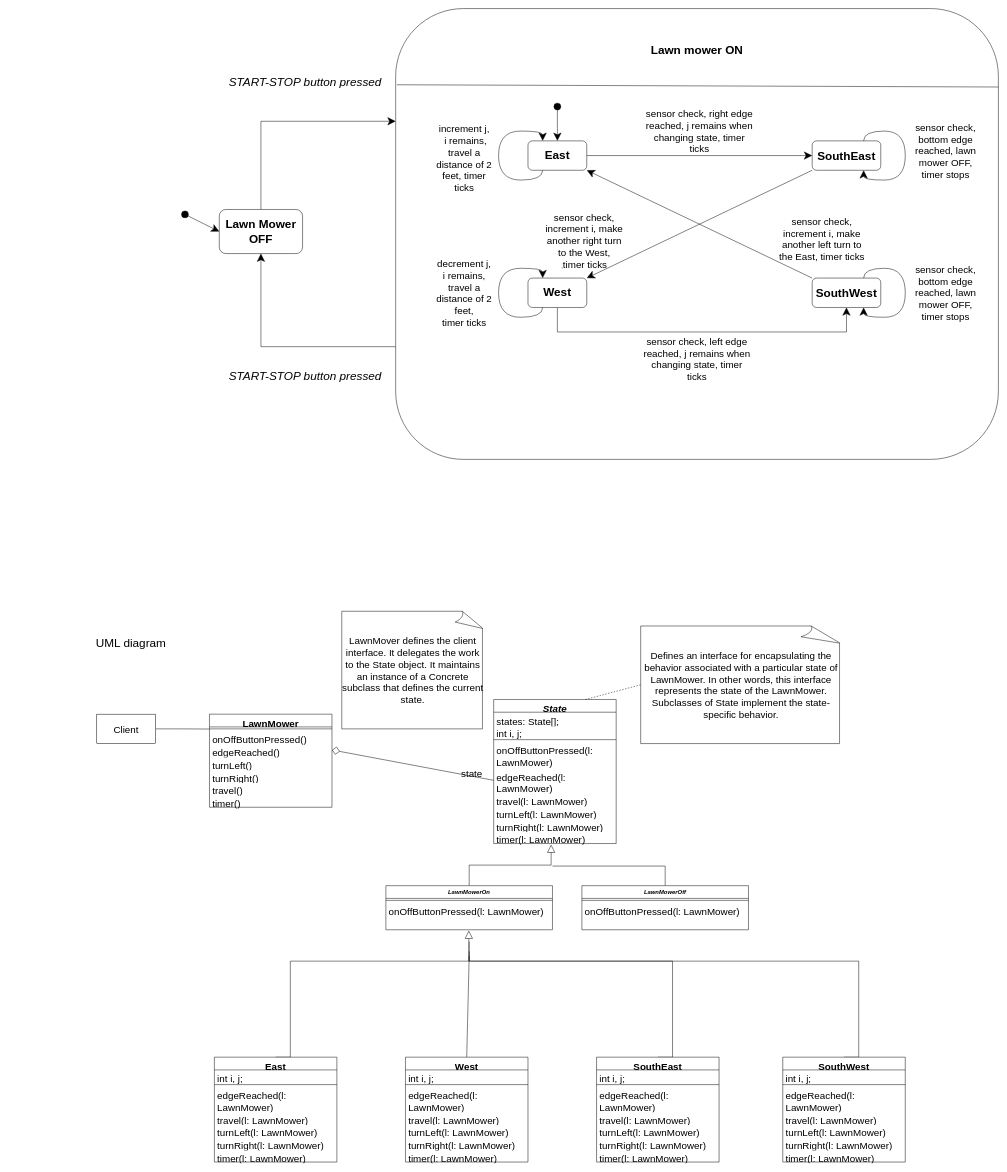
Earlier version of the draw.io diagram Assignment4_CSE4361.drawio (VoHoAnhTuan/Diagrams). Source tidied: cells renumbered, new cells numbered last; positions are measured from the earlier drawing's top-left corner, leaving out a move shared by most shapes. Both pictures are drawn from the tidied source at 49%, with x=0, y=0 at pixel (8, 8).
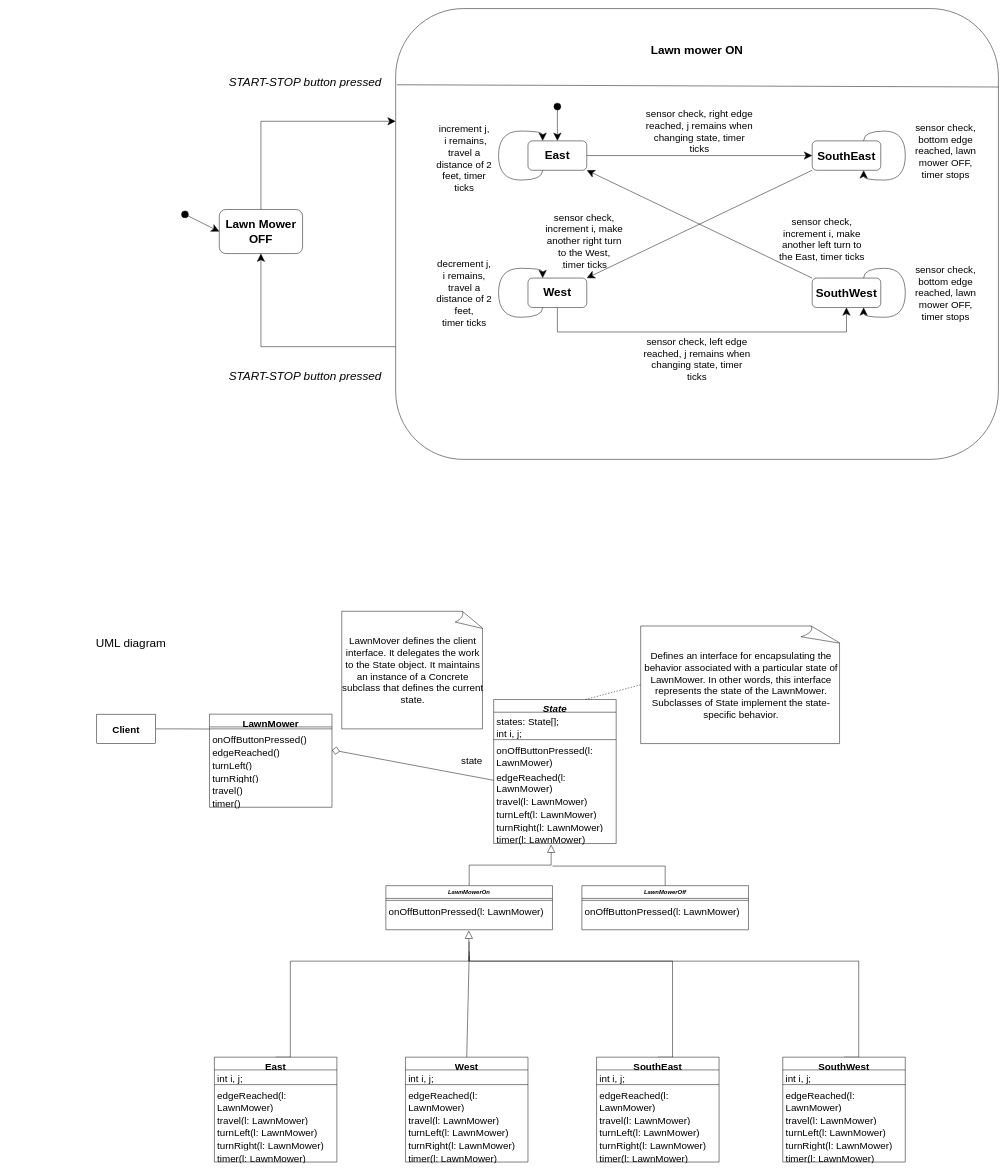
The same page after the edit.

What changed in the source:
```diff
@@
-    <mxCell id="34" value="&lt;font style=&quot;font-size: 20px;&quot;&gt;Client&lt;/font&gt;" style="rounded=0;whiteSpace=wrap;html=1;" parent="1" vertex="1">
+    <mxCell id="34" value="&lt;font style=&quot;font-size: 20px;&quot;&gt;Client&lt;/font&gt;" style="rounded=0;whiteSpace=wrap;html=1;fontStyle=1;" parent="1" vertex="1">
       <mxGeometry x="180" y="1440" width="120" height="60" as="geometry" />
     </mxCell>
@@
     <mxCell id="54" value="&lt;font style=&quot;font-size: 20px;&quot;&gt;state&lt;/font&gt;" style="text;html=1;align=center;verticalAlign=middle;strokeColor=none;fillColor=none;" parent="1" vertex="1">
-      <mxGeometry x="910" y="1540" width="70" height="40" as="geometry" />
+      <mxGeometry x="910" y="1515" width="70" height="40" as="geometry" />
     </mxCell>
```
